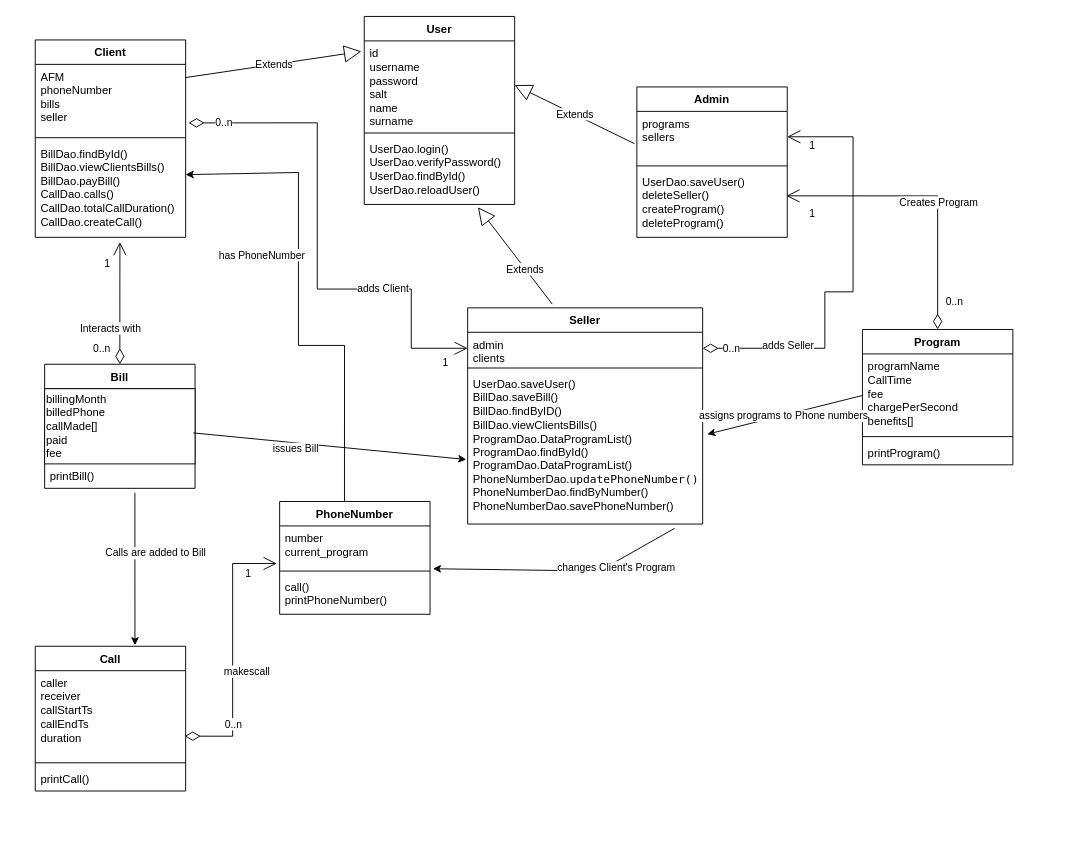
Above: Diagram.drawio in dimitry-lzs/webProgramming (draw.io), before the change. Source tidied: cells renumbered, new cells numbered last; positions are measured from the earlier drawing's top-left corner, leaving out a move shared by most shapes. Both pictures are drawn from the tidied source at 94%, with x=0, y=0 at pixel (35, 16).
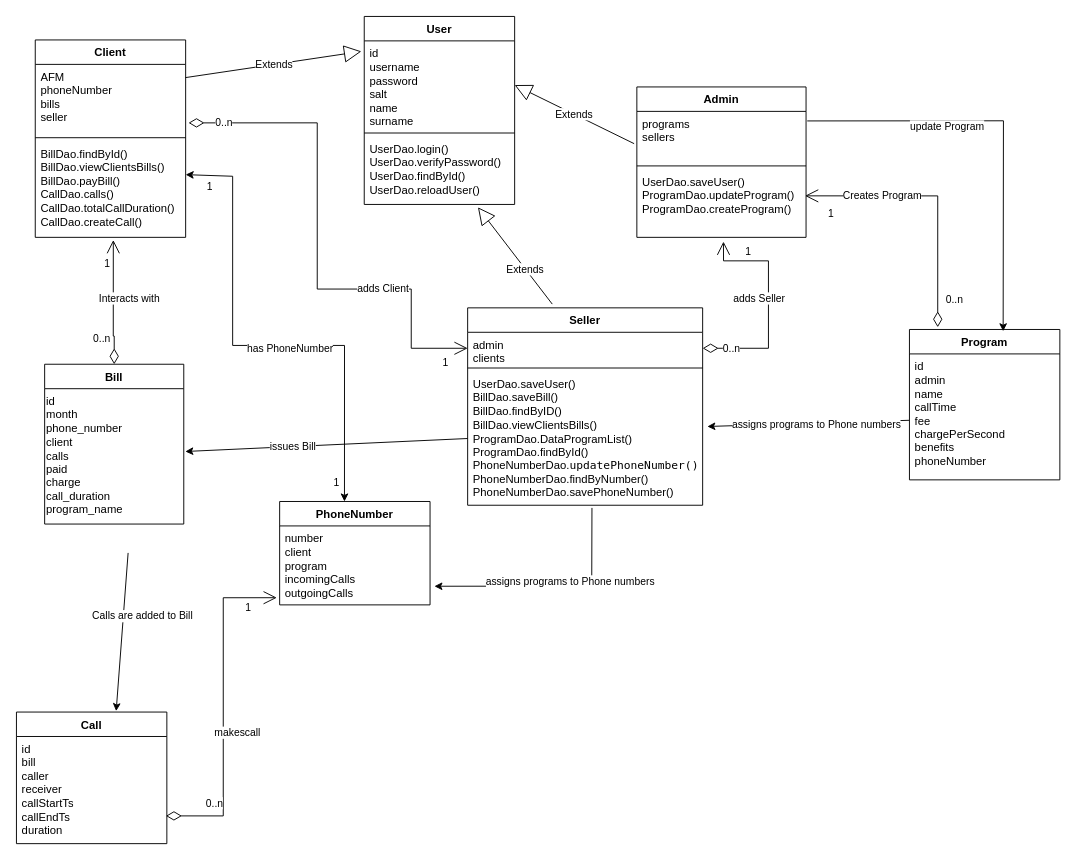
The same page after the edit.

Unchanged cells that the change refers to:
```xml
<mxCell id="13" value="BillDao.findById()&lt;div&gt;BillDao.viewClientsBills()&lt;/div&gt;&lt;div&gt;BillDao.payBill()&lt;/div&gt;&lt;div&gt;CallDao.calls()&lt;/div&gt;&lt;div&gt;CallDao.totalCallDuration()&lt;/div&gt;&lt;div&gt;CallDao.createCall()&lt;/div&gt;" style="text;strokeColor=none;fillColor=none;align=left;verticalAlign=top;spacingLeft=4;spacingRight=4;overflow=hidden;points=[[0,0.5],[1,0.5]];portConstraint=eastwest;whiteSpace=wrap;html=1;" parent="10" vertex="1">
  <mxGeometry y="108" width="160" height="102" as="geometry" />
</mxCell>
<mxCell id="15" value="admin&lt;div&gt;clients&lt;/div&gt;" style="text;strokeColor=none;fillColor=none;align=left;verticalAlign=top;spacingLeft=4;spacingRight=4;overflow=hidden;points=[[0,0.5],[1,0.5]];portConstraint=eastwest;whiteSpace=wrap;html=1;" parent="14" vertex="1">
  <mxGeometry y="26" width="250" height="34" as="geometry" />
</mxCell>
<mxCell id="52" style="endArrow=classic;html=1;rounded=0;exitX=-0.001;exitY=0.527;exitDx=0;exitDy=0;entryX=1.02;entryY=0.41;entryDx=0;entryDy=0;entryPerimeter=0;exitPerimeter=0;" parent="1" edge="1" source="26" target="17">
  <mxGeometry relative="1" as="geometry" />
</mxCell>
```

Change to the diagram source:
```diff
@@
     <mxCell id="6" value="Admin" style="swimlane;fontStyle=1;align=center;verticalAlign=top;horizontal=1;startSize=26;whiteSpace=wrap;html=1;" parent="1" vertex="1">
-      <mxGeometry x="640" y="75" width="160" height="160" as="geometry" />
+      <mxGeometry x="640" y="75" width="180" height="160" as="geometry" />
     </mxCell>
     <mxCell id="7" value="programs&lt;div&gt;sellers&lt;/div&gt;" style="text;strokeColor=none;fillColor=none;align=left;verticalAlign=top;spacingLeft=4;spacingRight=4;overflow=hidden;points=[[0,0.5],[1,0.5]];portConstraint=eastwest;whiteSpace=wrap;html=1;" parent="6" vertex="1">
-      <mxGeometry y="26" width="160" height="54" as="geometry" />
+      <mxGeometry y="26" width="180" height="54" as="geometry" />
     </mxCell>
     <mxCell id="8" style="line;strokeWidth=1;fillColor=none;align=left;verticalAlign=middle;spacingTop=-1;spacingLeft=3;spacingRight=3;labelPosition=right;strokeColor=inherit;" parent="6" vertex="1">
-      <mxGeometry y="80" width="160" height="8" as="geometry" />
+      <mxGeometry y="80" width="180" height="8" as="geometry" />
     </mxCell>
-    <mxCell id="9" value="&lt;div&gt;&lt;div&gt;UserDao.saveUser()&lt;br&gt;&lt;/div&gt;deleteSeller()&lt;/div&gt;&lt;div&gt;createProgram()&lt;/div&gt;&lt;div&gt;deleteProgram()&lt;/div&gt;" style="text;strokeColor=none;fillColor=none;align=left;verticalAlign=top;spacingLeft=4;spacingRight=4;overflow=hidden;points=[[0,0.5],[1,0.5]];portConstraint=eastwest;whiteSpace=wrap;html=1;" parent="6" vertex="1">
-      <mxGeometry y="88" width="160" height="72" as="geometry" />
+    <mxCell id="9" value="&lt;div&gt;UserDao.saveUser()&lt;br&gt;&lt;/div&gt;ProgramDao.updateProgram()&lt;div&gt;ProgramDao.createProgram()&lt;br&gt;&lt;/div&gt;" style="text;strokeColor=none;fillColor=none;align=left;verticalAlign=top;spacingLeft=4;spacingRight=4;overflow=hidden;points=[[0,0.5],[1,0.5]];portConstraint=eastwest;whiteSpace=wrap;html=1;" parent="6" vertex="1">
+      <mxGeometry y="88" width="180" height="72" as="geometry" />
     </mxCell>
@@
     <mxCell id="14" value="Seller" style="swimlane;fontStyle=1;align=center;verticalAlign=top;horizontal=1;startSize=26;whiteSpace=wrap;html=1;" parent="1" vertex="1">
-      <mxGeometry x="460" y="310" width="250" height="230" as="geometry" />
+      <mxGeometry x="460" y="310" width="250" height="210" as="geometry" />
     </mxCell>
@@
-    <mxCell id="17" value="&lt;div&gt;UserDao.saveUser()&lt;br&gt;&lt;/div&gt;&lt;div&gt;BillDao.saveBill()&lt;/div&gt;&lt;div&gt;BillDao.findByID()&lt;/div&gt;&lt;div&gt;BillDao.viewClientsBills()&lt;/div&gt;&lt;div&gt;ProgramDao.DataProgramList()&lt;/div&gt;&lt;div&gt;ProgramDao.findById()&lt;/div&gt;&lt;div&gt;ProgramDao.DataProgramList()&lt;br&gt;PhoneNumberDao.&lt;span style=&quot;font-family: &amp;quot;Droid Sans Mono&amp;quot;, &amp;quot;monospace&amp;quot;, monospace; white-space: pre;&quot;&gt;updatePhoneNumber()&lt;/span&gt;&lt;/div&gt;&lt;div&gt;PhoneNumberDao.findByNumber()&lt;br&gt;&lt;/div&gt;&lt;div&gt;PhoneNumberDao.savePhoneNumber()&lt;br&gt;&lt;/div&gt;" style="text;strokeColor=none;fillColor=none;align=left;verticalAlign=top;spacingLeft=4;spacingRight=4;overflow=hidden;points=[[0,0.5],[1,0.5]];portConstraint=eastwest;whiteSpace=wrap;html=1;" parent="14" vertex="1">
-      <mxGeometry y="68" width="250" height="162" as="geometry" />
+    <mxCell id="17" value="&lt;div&gt;UserDao.saveUser()&lt;br&gt;&lt;/div&gt;&lt;div&gt;BillDao.saveBill()&lt;/div&gt;&lt;div&gt;BillDao.findByID()&lt;/div&gt;&lt;div&gt;BillDao.viewClientsBills()&lt;/div&gt;&lt;div&gt;ProgramDao.DataProgramList()&lt;/div&gt;&lt;div&gt;ProgramDao.findById()&lt;/div&gt;&lt;div&gt;PhoneNumberDao.&lt;span style=&quot;font-family: &amp;quot;Droid Sans Mono&amp;quot;, &amp;quot;monospace&amp;quot;, monospace; white-space: pre;&quot;&gt;updatePhoneNumber()&lt;/span&gt;&lt;/div&gt;&lt;div&gt;PhoneNumberDao.findByNumber()&lt;br&gt;&lt;/div&gt;&lt;div&gt;PhoneNumberDao.savePhoneNumber()&lt;br&gt;&lt;/div&gt;" style="text;strokeColor=none;fillColor=none;align=left;verticalAlign=top;spacingLeft=4;spacingRight=4;overflow=hidden;points=[[0,0.5],[1,0.5]];portConstraint=eastwest;whiteSpace=wrap;html=1;" parent="14" vertex="1">
+      <mxGeometry y="68" width="250" height="142" as="geometry" />
     </mxCell>
@@
     <mxCell id="21" value="PhoneNumber" style="swimlane;fontStyle=1;align=center;verticalAlign=top;horizontal=1;startSize=26;whiteSpace=wrap;html=1;" parent="1" vertex="1">
-      <mxGeometry x="260" y="516" width="160" height="120" as="geometry" />
+      <mxGeometry x="260" y="516" width="160" height="110" as="geometry" />
     </mxCell>
-    <mxCell id="22" value="&lt;div&gt;number&lt;/div&gt;&lt;div&gt;current_program&lt;/div&gt;" style="text;strokeColor=none;fillColor=none;align=left;verticalAlign=top;spacingLeft=4;spacingRight=4;overflow=hidden;points=[[0,0.5],[1,0.5]];portConstraint=eastwest;whiteSpace=wrap;html=1;" parent="21" vertex="1">
-      <mxGeometry y="26" width="160" height="44" as="geometry" />
+    <mxCell id="22" value="&lt;div&gt;number&lt;/div&gt;&lt;div&gt;client&lt;/div&gt;&lt;div&gt;program&lt;/div&gt;&lt;div&gt;incomingCalls&lt;/div&gt;&lt;div&gt;outgoingCalls&lt;/div&gt;&lt;div&gt;&lt;br&gt;&lt;/div&gt;" style="text;strokeColor=none;fillColor=none;align=left;verticalAlign=top;spacingLeft=4;spacingRight=4;overflow=hidden;points=[[0,0.5],[1,0.5]];portConstraint=eastwest;whiteSpace=wrap;html=1;" parent="21" vertex="1">
+      <mxGeometry y="26" width="160" height="84" as="geometry" />
     </mxCell>
-    <mxCell id="23" style="line;strokeWidth=1;fillColor=none;align=left;verticalAlign=middle;spacingTop=-1;spacingLeft=3;spacingRight=3;labelPosition=right;strokeColor=inherit;" parent="21" vertex="1">
-      <mxGeometry y="70" width="160" height="8" as="geometry" />
-    </mxCell>
-    <mxCell id="24" value="call()&lt;div&gt;printPhoneNumber()&lt;/div&gt;" style="text;strokeColor=none;fillColor=none;align=left;verticalAlign=top;spacingLeft=4;spacingRight=4;overflow=hidden;points=[[0,0.5],[1,0.5]];portConstraint=eastwest;whiteSpace=wrap;html=1;" parent="21" vertex="1">
-      <mxGeometry y="78" width="160" height="42" as="geometry" />
-    </mxCell>
     <mxCell id="25" value="Program" style="swimlane;fontStyle=1;align=center;verticalAlign=top;horizontal=1;startSize=26;whiteSpace=wrap;html=1;" parent="1" vertex="1">
-      <mxGeometry x="880" y="333" width="160" height="144" as="geometry" />
+      <mxGeometry x="930" y="333" width="160" height="160" as="geometry" />
     </mxCell>
-    <mxCell id="26" value="programName&lt;div&gt;CallTime&lt;/div&gt;&lt;div&gt;fee&lt;/div&gt;&lt;div&gt;chargePerSecond&lt;/div&gt;&lt;div&gt;benefits[]&lt;br&gt;&lt;/div&gt;" style="text;strokeColor=none;fillColor=none;align=left;verticalAlign=top;spacingLeft=4;spacingRight=4;overflow=hidden;points=[[0,0.5],[1,0.5]];portConstraint=eastwest;whiteSpace=wrap;html=1;" parent="25" vertex="1">
-      <mxGeometry y="26" width="160" height="84" as="geometry" />
+    <mxCell id="26" value="&lt;div&gt;id&lt;/div&gt;&lt;div&gt;admin&lt;/div&gt;&lt;div&gt;name&lt;/div&gt;&lt;div&gt;callTime&lt;/div&gt;&lt;div&gt;fee&lt;/div&gt;&lt;div&gt;chargePerSecond&lt;/div&gt;&lt;div&gt;benefits&lt;/div&gt;&lt;div&gt;phoneNumber&lt;/div&gt;" style="text;strokeColor=none;fillColor=none;align=left;verticalAlign=top;spacingLeft=4;spacingRight=4;overflow=hidden;points=[[0,0.5],[1,0.5]];portConstraint=eastwest;whiteSpace=wrap;html=1;" parent="25" vertex="1">
+      <mxGeometry y="26" width="160" height="134" as="geometry" />
     </mxCell>
-    <mxCell id="27" style="line;strokeWidth=1;fillColor=none;align=left;verticalAlign=middle;spacingTop=-1;spacingLeft=3;spacingRight=3;labelPosition=right;strokeColor=inherit;" parent="25" vertex="1">
-      <mxGeometry y="110" width="160" height="8" as="geometry" />
-    </mxCell>
-    <mxCell id="28" value="printProgram()" style="text;strokeColor=none;fillColor=none;align=left;verticalAlign=top;spacingLeft=4;spacingRight=4;overflow=hidden;whiteSpace=wrap;html=1;" parent="25" vertex="1">
-      <mxGeometry y="118" width="160" height="26" as="geometry" />
-    </mxCell>
     <mxCell id="29" value="Call" style="swimlane;fontStyle=1;align=center;verticalAlign=top;horizontal=1;startSize=26;whiteSpace=wrap;html=1;" parent="1" vertex="1">
-      <mxGeometry y="670" width="160" height="154" as="geometry" />
+      <mxGeometry x="-20" y="740" width="160" height="140" as="geometry" />
     </mxCell>
-    <mxCell id="30" value="&lt;div&gt;caller&lt;/div&gt;&lt;div&gt;receiver&lt;/div&gt;&lt;div&gt;callStartTs&lt;/div&gt;&lt;div&gt;callEndTs&lt;/div&gt;&lt;div&gt;duration&lt;/div&gt;" style="text;strokeColor=none;fillColor=none;align=left;verticalAlign=top;spacingLeft=4;spacingRight=4;overflow=hidden;points=[[0,0.5],[1,0.5]];portConstraint=eastwest;whiteSpace=wrap;html=1;" parent="29" vertex="1">
-      <mxGeometry y="26" width="160" height="94" as="geometry" />
+    <mxCell id="30" value="&lt;div&gt;id&lt;/div&gt;&lt;div&gt;bill&lt;/div&gt;&lt;div&gt;caller&lt;/div&gt;&lt;div&gt;receiver&lt;/div&gt;&lt;div&gt;callStartTs&lt;/div&gt;&lt;div&gt;callEndTs&lt;/div&gt;&lt;div&gt;duration&lt;/div&gt;" style="text;strokeColor=none;fillColor=none;align=left;verticalAlign=top;spacingLeft=4;spacingRight=4;overflow=hidden;points=[[0,0.5],[1,0.5]];portConstraint=eastwest;whiteSpace=wrap;html=1;" parent="29" vertex="1">
+      <mxGeometry y="26" width="160" height="114" as="geometry" />
     </mxCell>
-    <mxCell id="31" style="line;strokeWidth=1;fillColor=none;align=left;verticalAlign=middle;spacingTop=-1;spacingLeft=3;spacingRight=3;labelPosition=right;strokeColor=inherit;" parent="29" vertex="1">
-      <mxGeometry y="120" width="160" height="8" as="geometry" />
-    </mxCell>
-    <mxCell id="32" value="printCall()" style="text;strokeColor=none;fillColor=none;align=left;verticalAlign=top;spacingLeft=4;spacingRight=4;overflow=hidden;whiteSpace=wrap;html=1;" parent="29" vertex="1">
-      <mxGeometry y="128" width="160" height="26" as="geometry" />
-    </mxCell>
     <mxCell id="33" value="Bill" style="swimlane;fontStyle=1;align=center;verticalAlign=top;horizontal=1;startSize=26;whiteSpace=wrap;html=1;" parent="1" vertex="1">
-      <mxGeometry x="10" y="370" width="160" height="132" as="geometry" />
+      <mxGeometry x="10" y="370" width="148" height="170" as="geometry" />
     </mxCell>
-    <mxCell id="34" value="&lt;div style=&quot;&quot;&gt;&lt;span style=&quot;background-color: initial;&quot;&gt;&lt;font style=&quot;font-size: 12px;&quot;&gt;billingMonth&lt;/font&gt;&lt;/span&gt;&lt;/div&gt;&lt;div style=&quot;&quot;&gt;&lt;font style=&quot;font-size: 12px;&quot;&gt;billedPhone&lt;/font&gt;&lt;/div&gt;&lt;div style=&quot;&quot;&gt;&lt;font style=&quot;font-size: 12px;&quot;&gt;callMade[]&lt;/font&gt;&lt;/div&gt;&lt;div style=&quot;&quot;&gt;&lt;font style=&quot;font-size: 12px;&quot;&gt;paid&lt;/font&gt;&lt;/div&gt;&lt;div style=&quot;&quot;&gt;&lt;font style=&quot;font-size: 12px;&quot;&gt;fee&lt;/font&gt;&lt;/div&gt;" style="whiteSpace=wrap;html=1;align=left;" parent="33" vertex="1">
-      <mxGeometry y="26" width="160" height="80" as="geometry" />
+    <mxCell id="34" value="&lt;div style=&quot;&quot;&gt;id&lt;/div&gt;&lt;div style=&quot;&quot;&gt;month&lt;/div&gt;&lt;div style=&quot;&quot;&gt;phone_number&lt;/div&gt;&lt;div style=&quot;&quot;&gt;client&lt;/div&gt;&lt;div style=&quot;&quot;&gt;calls&lt;/div&gt;&lt;div style=&quot;&quot;&gt;paid&lt;/div&gt;&lt;div style=&quot;&quot;&gt;charge&lt;/div&gt;&lt;div style=&quot;&quot;&gt;call_duration&lt;/div&gt;&lt;div style=&quot;&quot;&gt;program_name&lt;/div&gt;&lt;div style=&quot;&quot;&gt;&lt;br&gt;&lt;/div&gt;" style="whiteSpace=wrap;html=1;align=left;fillColor=none;strokeColor=none;verticalAlign=top;" parent="33" vertex="1">
+      <mxGeometry y="26" width="148" height="144" as="geometry" />
     </mxCell>
-    <mxCell id="35" value="printBill()" style="text;strokeColor=none;fillColor=none;align=left;verticalAlign=top;spacingLeft=4;spacingRight=4;overflow=hidden;points=[[0,0.5],[1,0.5]];portConstraint=eastwest;whiteSpace=wrap;html=1;" parent="33" vertex="1">
-      <mxGeometry y="106" width="160" height="26" as="geometry" />
-    </mxCell>
-    <mxCell id="36" value="adds Seller" style="endArrow=open;html=1;endSize=12;startArrow=diamondThin;startSize=14;startFill=0;edgeStyle=orthogonalEdgeStyle;rounded=0;exitX=1;exitY=0.5;exitDx=0;exitDy=0;entryX=1;entryY=0.5;entryDx=0;entryDy=0;" parent="1" edge="1" source="15" target="7">
-      <mxGeometry x="-0.6" y="3" relative="1" as="geometry">
+    <mxCell id="36" value="adds Seller" style="endArrow=open;html=1;endSize=12;startArrow=diamondThin;startSize=14;startFill=0;edgeStyle=orthogonalEdgeStyle;rounded=0;exitX=1;exitY=0.5;exitDx=0;exitDy=0;entryX=0.512;entryY=1.063;entryDx=0;entryDy=0;entryPerimeter=0;" parent="1" edge="1" source="15" target="9">
+      <mxGeometry x="0.5" y="40" relative="1" as="geometry">
         <Array as="points">
-          <mxPoint x="840" y="353" />
-          <mxPoint x="840" y="293" />
-          <mxPoint x="870" y="293" />
-          <mxPoint x="870" y="128" />
+          <mxPoint x="780" y="353" />
+          <mxPoint x="780" y="260" />
+          <mxPoint x="732" y="260" />
         </Array>
       </mxGeometry>
     </mxCell>
@@
-    <mxCell id="42" value="Creates Program" style="endArrow=open;html=1;endSize=12;startArrow=diamondThin;startSize=14;startFill=0;edgeStyle=orthogonalEdgeStyle;rounded=0;entryX=0.994;entryY=0.387;entryDx=0;entryDy=0;entryPerimeter=0;exitX=0.5;exitY=0;exitDx=0;exitDy=0;" parent="1" edge="1" source="25" target="9">
-      <mxGeometry x="-0.11" y="-1" relative="1" as="geometry">
+    <mxCell id="42" value="Creates Program" style="endArrow=open;html=1;endSize=12;startArrow=diamondThin;startSize=14;startFill=0;edgeStyle=orthogonalEdgeStyle;rounded=0;entryX=0.994;entryY=0.387;entryDx=0;entryDy=0;entryPerimeter=0;exitX=0.188;exitY=-0.015;exitDx=0;exitDy=0;exitPerimeter=0;" parent="1" edge="1" source="25" target="9">
+      <mxGeometry x="0.42" relative="1" as="geometry">
         <Array as="points">
           <mxPoint x="960" y="191" />
         </Array>
       </mxGeometry>
     </mxCell>
@@
-    <mxCell id="48" style="endArrow=classic;html=1;rounded=0;exitX=0.6;exitY=1.179;exitDx=0;exitDy=0;exitPerimeter=0;entryX=0.663;entryY=-0.007;entryDx=0;entryDy=0;entryPerimeter=0;" parent="1" edge="1" source="35" target="29">
-      <mxGeometry relative="1" as="geometry" />
+    <mxCell id="48" style="endArrow=classic;html=1;rounded=0;exitX=0.6;exitY=1.179;exitDx=0;exitDy=0;exitPerimeter=0;entryX=0.663;entryY=-0.007;entryDx=0;entryDy=0;entryPerimeter=0;" parent="1" edge="1" target="29">
+      <mxGeometry relative="1" as="geometry">
+        <mxPoint x="98.8" y="570.7" as="sourcePoint" />
+      </mxGeometry>
     </mxCell>
@@
-    <mxCell id="50" style="endArrow=classic;html=1;rounded=0;exitX=0.881;exitY=1.028;exitDx=0;exitDy=0;exitPerimeter=0;entryX=1.019;entryY=-0.154;entryDx=0;entryDy=0;entryPerimeter=0;" parent="1" edge="1" source="17" target="24">
+    <mxCell id="50" style="endArrow=classic;html=1;rounded=0;entryX=0.623;entryY=0.012;entryDx=0;entryDy=0;entryPerimeter=0;exitX=1.007;exitY=0.188;exitDx=0;exitDy=0;exitPerimeter=0;" parent="1" edge="1" source="7" target="25">
       <mxGeometry relative="1" as="geometry">
         <Array as="points">
-          <mxPoint x="600" y="590" />
+          <mxPoint x="1030" y="111" />
         </Array>
       </mxGeometry>
     </mxCell>
-    <mxCell id="51" value="changes Client's Program" style="edgeLabel;html=1;align=center;verticalAlign=middle;" parent="50" vertex="1">
+    <mxCell id="51" value="update Program" style="edgeLabel;html=1;align=center;verticalAlign=middle;" parent="50" vertex="1">
       <mxGeometry relative="1" as="geometry">
-        <mxPoint x="60" y="-4" as="offset" />
+        <mxPoint x="-60" y="-2" as="offset" />
       </mxGeometry>
     </mxCell>
@@
     <mxCell id="53" value="assigns programs to Phone numbers" style="edgeLabel;html=1;align=center;verticalAlign=middle;" parent="52" vertex="1">
       <mxGeometry relative="1" as="geometry">
-        <mxPoint x="-2" y="1" as="offset" />
+        <mxPoint x="8" y="1" as="offset" />
       </mxGeometry>
     </mxCell>
-    <mxCell id="54" style="endArrow=classic;html=1;rounded=0;exitX=0.431;exitY=0;exitDx=0;exitDy=0;exitPerimeter=0;entryX=1;entryY=0.346;entryDx=0;entryDy=0;entryPerimeter=0;" parent="1" edge="1" source="21" target="13">
+    <mxCell id="54" style="endArrow=classic;html=1;rounded=0;exitX=0.431;exitY=0;exitDx=0;exitDy=0;exitPerimeter=0;entryX=1;entryY=0.346;entryDx=0;entryDy=0;entryPerimeter=0;startArrow=classic;startFill=1;" parent="1" edge="1" source="21" target="13">
       <mxGeometry relative="1" as="geometry">
         <Array as="points">
           <mxPoint x="329" y="350" />
           <mxPoint x="280" y="350" />
-          <mxPoint x="280" y="166" />
+          <mxPoint x="210" y="350" />
+          <mxPoint x="210" y="170" />
         </Array>
       </mxGeometry>
     </mxCell>
     <mxCell id="55" value="has PhoneNumber" style="edgeLabel;html=1;align=center;verticalAlign=middle;" parent="54" vertex="1">
       <mxGeometry relative="1" as="geometry">
-        <mxPoint x="-40" y="-52" as="offset" />
+        <mxPoint x="33" y="3" as="offset" />
       </mxGeometry>
     </mxCell>
-    <mxCell id="56" value="Interacts with" style="endArrow=open;html=1;endSize=12;startArrow=diamondThin;startSize=14;startFill=0;edgeStyle=orthogonalEdgeStyle;rounded=0;exitX=0.5;exitY=0;exitDx=0;exitDy=0;entryX=0.563;entryY=1.049;entryDx=0;entryDy=0;entryPerimeter=0;" parent="1" edge="1" source="33" target="13">
-      <mxGeometry x="-0.42" y="10" relative="1" as="geometry">
+    <mxCell id="56" value="Interacts with" style="endArrow=open;html=1;endSize=12;startArrow=diamondThin;startSize=14;startFill=0;edgeStyle=orthogonalEdgeStyle;rounded=0;entryX=0.519;entryY=1.028;entryDx=0;entryDy=0;entryPerimeter=0;exitX=0.5;exitY=0;exitDx=0;exitDy=0;" parent="1" edge="1" source="33" target="13">
+      <mxGeometry x="0.07" y="-17" relative="1" as="geometry">
         <Array as="points">
-          <mxPoint x="90" y="300" />
-          <mxPoint x="90" y="300" />
+          <mxPoint x="84" y="340" />
+          <mxPoint x="83" y="340" />
         </Array>
       </mxGeometry>
     </mxCell>
     <mxCell id="57" value="0..n" style="edgeLabel;html=1;align=left;verticalAlign=top;" parent="56" vertex="1">
       <mxGeometry x="-1" relative="1" as="geometry">
-        <mxPoint x="-30" y="-30" as="offset" />
+        <mxPoint x="-24" y="-40" as="offset" />
       </mxGeometry>
     </mxCell>
     <mxCell id="58" value="1" style="edgeLabel;html=1;align=right;verticalAlign=top;" parent="56" vertex="1">
       <mxGeometry x="1" relative="1" as="geometry">
-        <mxPoint x="-10" y="10" as="offset" />
+        <mxPoint x="-3" y="12" as="offset" />
       </mxGeometry>
     </mxCell>
-    <mxCell id="59" style="endArrow=classic;html=1;rounded=0;exitX=0.988;exitY=0.588;exitDx=0;exitDy=0;exitPerimeter=0;entryX=-0.006;entryY=0.576;entryDx=0;entryDy=0;entryPerimeter=0;" parent="1" edge="1" source="34" target="17">
+    <mxCell id="59" style="endArrow=classic;html=1;rounded=0;exitX=0;exitY=0.5;exitDx=0;exitDy=0;entryX=1.011;entryY=0.464;entryDx=0;entryDy=0;entryPerimeter=0;" parent="1" edge="1" source="17" target="34">
       <mxGeometry relative="1" as="geometry" />
     </mxCell>
@@
+    <mxCell id="61" style="endArrow=classic;html=1;rounded=0;exitX=0.529;exitY=1.02;exitDx=0;exitDy=0;entryX=1.029;entryY=0.764;entryDx=0;entryDy=0;entryPerimeter=0;exitPerimeter=0;" parent="1" edge="1" source="17" target="22">
+      <mxGeometry relative="1" as="geometry">
+        <Array as="points">
+          <mxPoint x="592" y="606" />
+        </Array>
+      </mxGeometry>
+    </mxCell>
+    <mxCell id="62" value="assigns programs to Phone numbers" style="edgeLabel;html=1;align=center;verticalAlign=middle;rotation=0;" parent="61" vertex="1">
+      <mxGeometry relative="1" as="geometry">
+        <mxPoint x="18" y="-6" as="offset" />
+      </mxGeometry>
+    </mxCell>
+    <mxCell id="63" value="1" style="edgeLabel;html=1;align=right;verticalAlign=top;" parent="1" vertex="1">
+      <mxGeometry x="80" y="260" as="geometry">
+        <mxPoint x="109" y="-92" as="offset" />
+      </mxGeometry>
+    </mxCell>
+    <mxCell id="64" value="1" style="edgeLabel;html=1;align=right;verticalAlign=top;" parent="1" vertex="1">
+      <mxGeometry x="330" y="490" as="geometry">
+        <mxPoint x="-6" y="-7" as="offset" />
+      </mxGeometry>
+    </mxCell>
```
